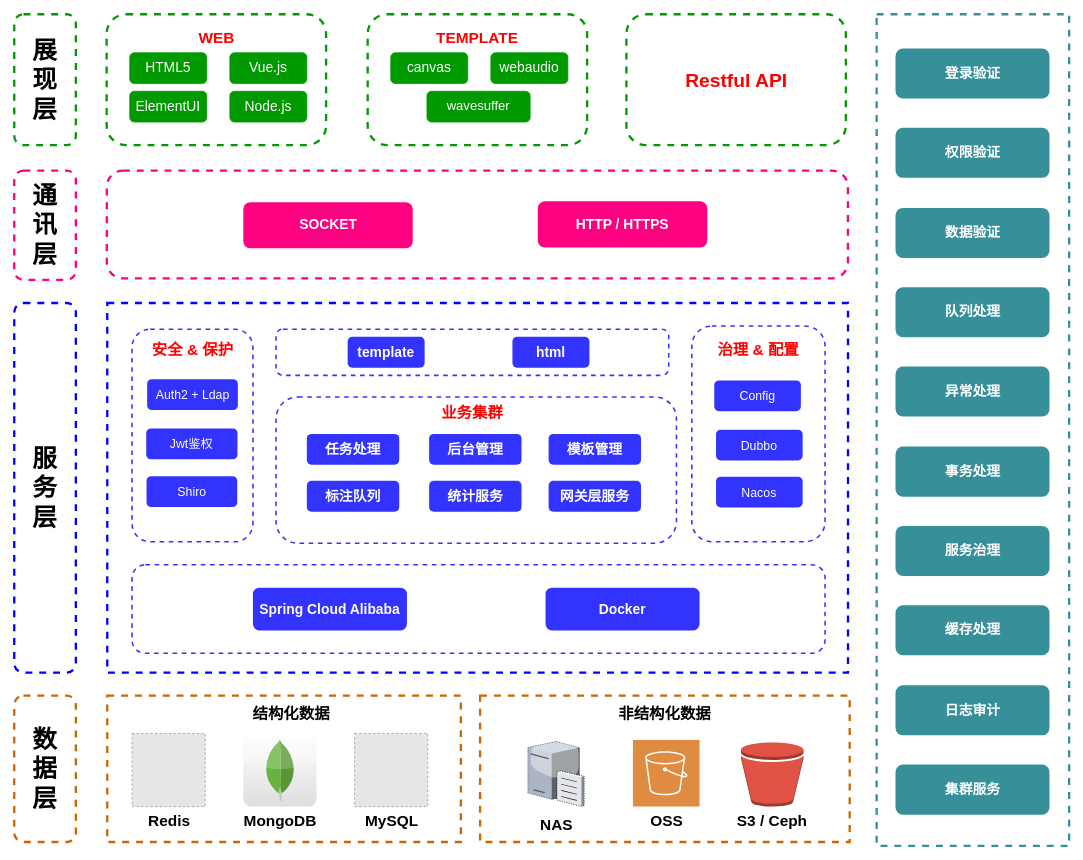
rainoo/diagrams keeps this draw.io diagram as ShujiajiaPro/系统技术架构图.drawio. Above is the earlier version. Source tidied: cells renumbered, new cells numbered last; positions are measured from the earlier drawing's top-left corner, leaving out a move shared by most shapes. Both pictures are drawn from the tidied source at 77%, with x=0, y=0 at pixel (14, 14). Pictures stored in the file or linked from it are replaced by grey dashed boxes.
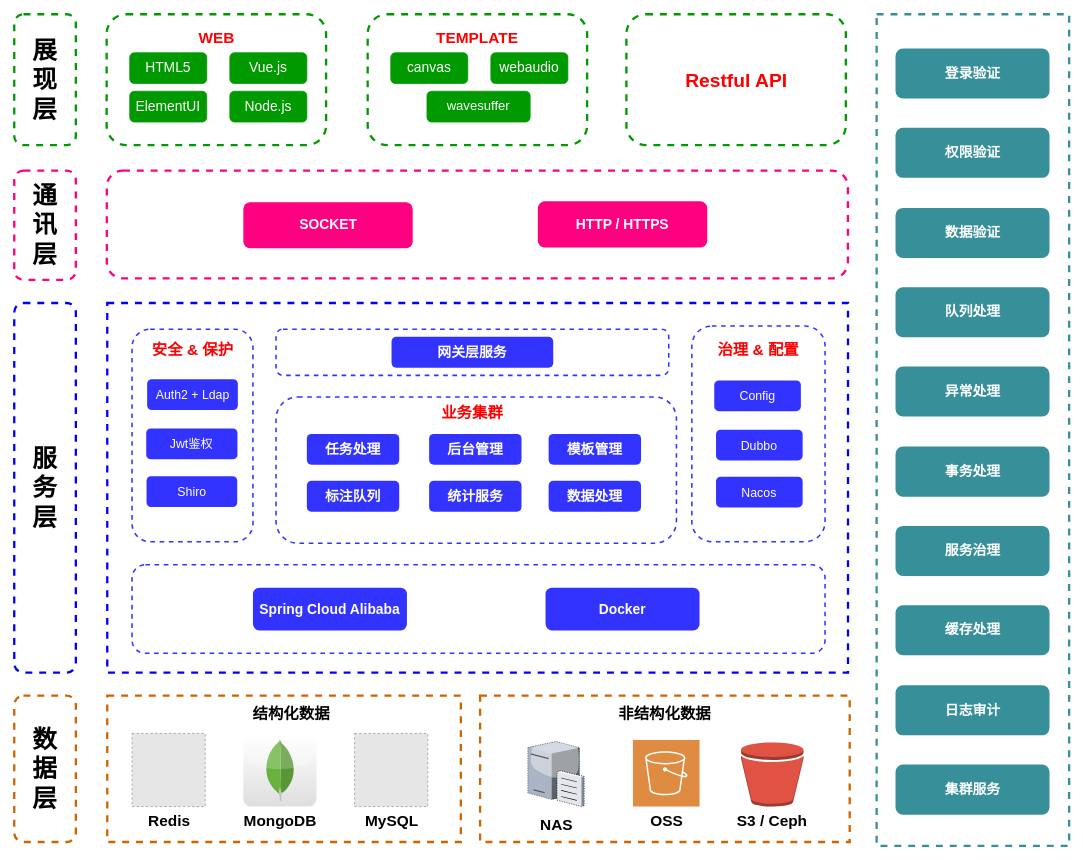
The same page after the edit.

Commit message:
更新系统技术架构图.drawio

Diff of the diagram source:
```diff
@@
-    <mxCell id="32" value="template" style="rounded=1;whiteSpace=wrap;html=1;fontSize=18;fillColor=#3333FF;strokeColor=none;fontStyle=1;fontColor=#FFFFFF;" parent="1" vertex="1">
-      <mxGeometry x="433" y="419" width="100" height="40" as="geometry" />
+    <mxCell id="32" value="网关层服务" style="rounded=1;whiteSpace=wrap;html=1;fontSize=18;fillColor=#3333FF;strokeColor=none;fontStyle=1;fontColor=#FFFFFF;" parent="1" vertex="1">
+      <mxGeometry x="490" y="419" width="210" height="40" as="geometry" />
     </mxCell>
-    <mxCell id="33" value="html" style="rounded=1;whiteSpace=wrap;html=1;fontSize=18;fillColor=#3333FF;strokeColor=none;fontStyle=1;fontColor=#FFFFFF;" parent="1" vertex="1">
-      <mxGeometry x="647" y="419" width="100" height="40" as="geometry" />
-    </mxCell>
@@
-    <mxCell id="41" value="网关层服务" style="rounded=1;whiteSpace=wrap;html=1;fontSize=18;fillColor=#3333FF;strokeColor=none;fontStyle=1;fontColor=#FFFFFF;" parent="1" vertex="1">
+    <mxCell id="41" value="数据处理" style="rounded=1;whiteSpace=wrap;html=1;fontSize=18;fillColor=#3333FF;strokeColor=none;fontStyle=1;fontColor=#FFFFFF;" parent="1" vertex="1">
       <mxGeometry x="694" y="606" width="120" height="40" as="geometry" />
     </mxCell>
```
